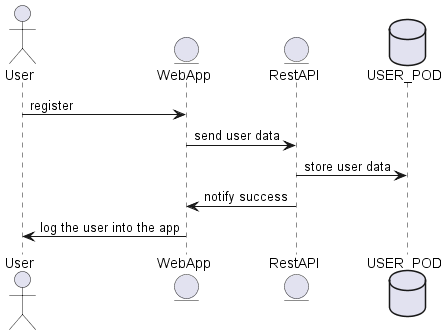
Arquisoft/lomap_es5c keeps this PlantUML diagram as images/register diagram.png. Above is the earlier version. The source it was exported from:
```plantuml
@startuml
actor User
entity EntityWeb as "WebApp"
entity EntityRest as "RestAPI"
database Pod as "USER_POD"

User -> EntityWeb: register
EntityWeb -> EntityRest: send user data
EntityRest -> Pod: store user data
EntityRest -> EntityWeb: notify success
EntityWeb -> User: log the user into the app
@enduml
```
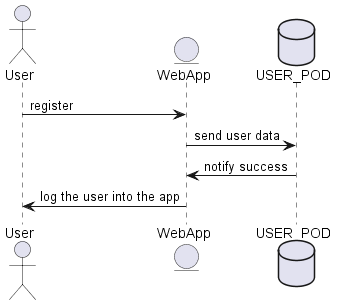
After the change.

The edit, as a diff of the source:
```diff
@@ -1,12 +1,10 @@
 @startuml
 actor User
 entity EntityWeb as "WebApp"
-entity EntityRest as "RestAPI"
 database Pod as "USER_POD"
 
 User -> EntityWeb: register
-EntityWeb -> EntityRest: send user data
-EntityRest -> Pod: store user data
-EntityRest -> EntityWeb: notify success
+EntityWeb -> Pod: send user data
+Pod -> EntityWeb: notify success
 EntityWeb -> User: log the user into the app
 @enduml
```
